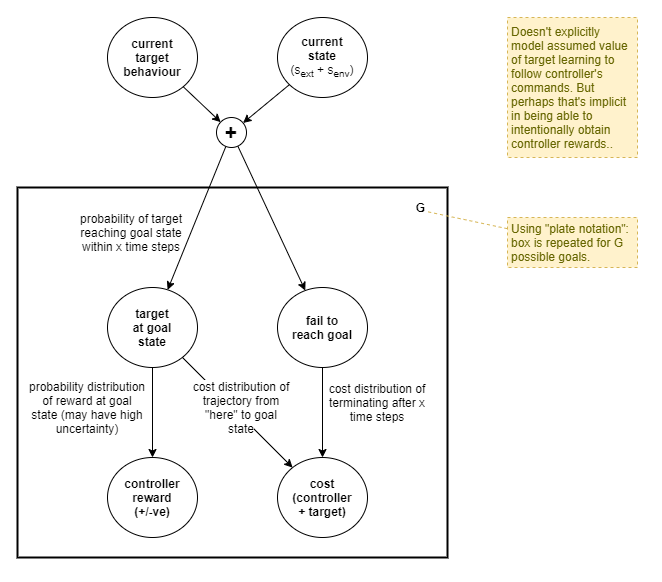
Earlier version of the draw.io export files/Autonomous-monitoring-and-control-goal-value.png (malcolmlett/malcolmlett.github.io). Source tidied: cells renumbered, new cells last; positions are measured from the earlier drawing's top-left corner, leaving out a move shared by most shapes.
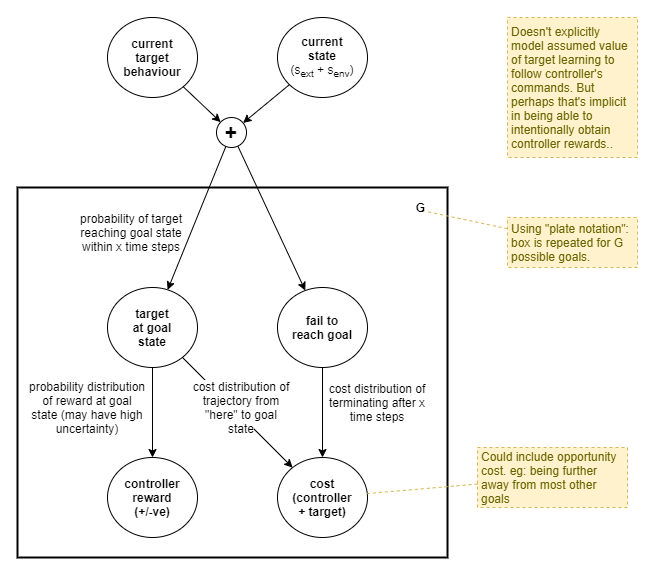
After the commit.

Commit message:
Added other AMC diagrams

Diff of the diagram source:
```diff
@@ -73,5 +73,11 @@
     <mxCell id="24" style="rounded=0;jumpStyle=none;jettySize=auto;html=1;strokeWidth=1;fontColor=#666600;dashed=1;strokeColor=#d6b656;fillColor=#fff2cc;endArrow=none;endFill=0;" parent="1" edge="1" source="23" target="22">
       <mxGeometry relative="1" as="geometry" />
     </mxCell>
+    <mxCell id="25" value="Could include opportunity cost. eg: being further away from most other goals" style="rounded=0;whiteSpace=wrap;html=1;align=left;fillColor=#fff2cc;strokeColor=#d6b656;fontColor=#666600;dashed=1;spacingLeft=2;spacingRight=2;" parent="1" vertex="1">
+      <mxGeometry x="460" y="430" width="150" height="60" as="geometry" />
+    </mxCell>
+    <mxCell id="26" style="rounded=0;jumpStyle=none;jettySize=auto;html=1;strokeWidth=1;fontColor=#666600;dashed=1;strokeColor=#d6b656;fillColor=#fff2cc;endArrow=none;endFill=0;" parent="1" edge="1" source="25" target="10">
+      <mxGeometry relative="1" as="geometry" />
+    </mxCell>
   </root>
 </mxGraphModel>
```
